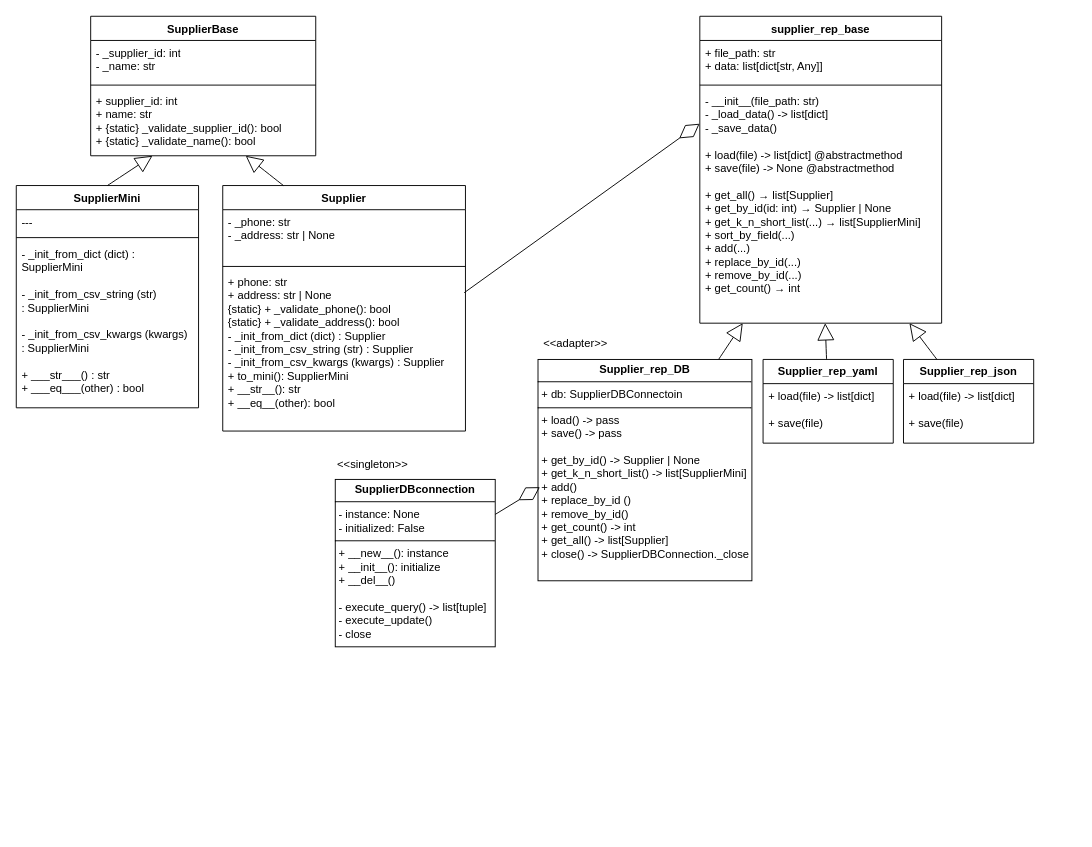
Earlier version of the draw.io diagram utils/Diagrams/diagram_of_classes.drawio (GeorgiiSadunyan/Details_company). Source tidied: cells renumbered, new cells numbered last; positions are measured from the earlier drawing's top-left corner, leaving out a move shared by most shapes. Both pictures are drawn from the tidied source at 93%, with x=0, y=0 at pixel (16, 16).
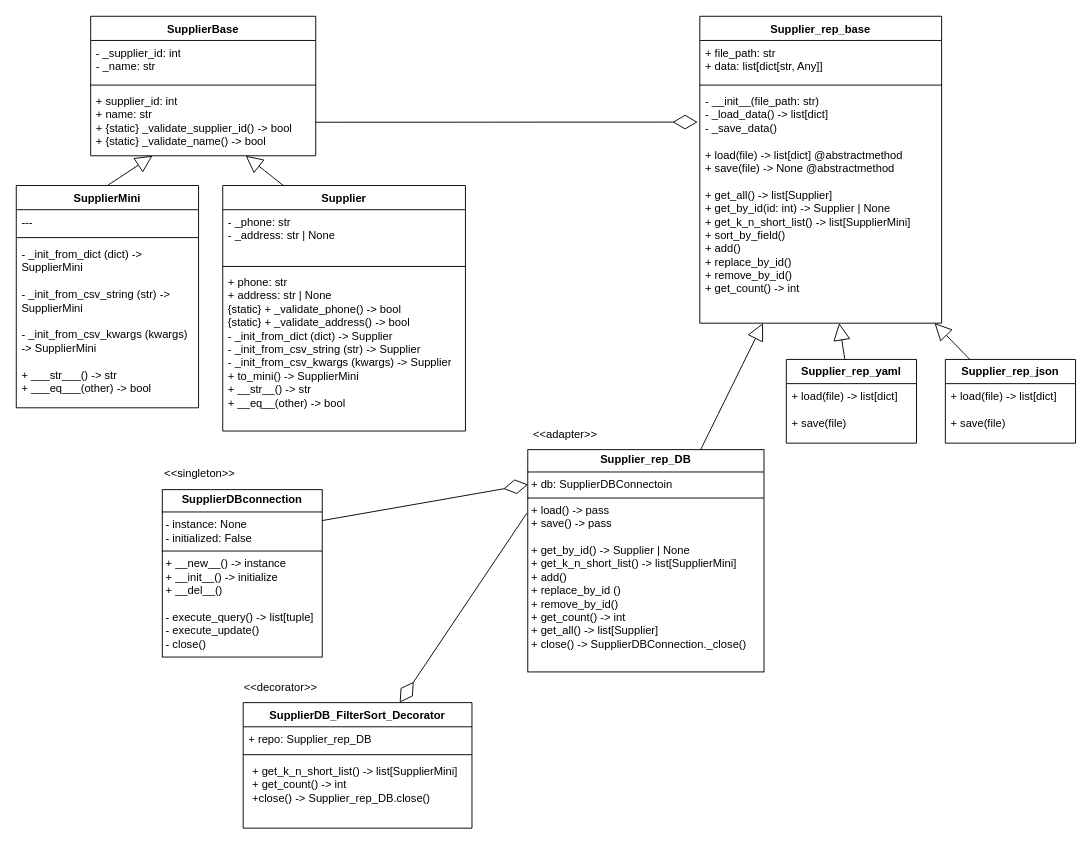
After the change.

Unchanged cells that the change refers to:
```xml
<mxCell id="2" value="SupplierBase" style="swimlane;fontStyle=1;align=center;verticalAlign=top;horizontal=1;startSize=26;whiteSpace=wrap;html=1;" parent="1" vertex="1">
  <mxGeometry x="80" width="242" height="150" as="geometry" />
</mxCell>
<mxCell id="6" value="SupplierMini" style="swimlane;fontStyle=1;align=center;verticalAlign=top;horizontal=1;startSize=26;whiteSpace=wrap;html=1;" parent="1" vertex="1">
  <mxGeometry y="182" width="196" height="239" as="geometry" />
</mxCell>
<mxCell id="10" value="Supplier" style="swimlane;fontStyle=1;align=center;verticalAlign=top;horizontal=1;startSize=26;whiteSpace=wrap;html=1;" parent="1" vertex="1">
  <mxGeometry x="222" y="182" width="261" height="264" as="geometry" />
</mxCell>
```

What changed in the source:
```diff
@@
-    <mxCell id="5" value="&lt;div&gt;+ supplier_id: int&lt;/div&gt;&lt;div&gt;+ name: str&lt;/div&gt;&lt;div&gt;+&amp;nbsp;{static}&amp;nbsp;_validate_supplier_id(): bool&lt;/div&gt;&lt;div&gt;+&amp;nbsp;{static}&amp;nbsp;_validate_name(): bool&lt;/div&gt;" style="text;strokeColor=none;fillColor=none;align=left;verticalAlign=top;spacingLeft=4;spacingRight=4;overflow=hidden;points=[[0,0.5],[1,0.5]];portConstraint=eastwest;whiteSpace=wrap;html=1;" parent="2" vertex="1">
+    <mxCell id="5" value="&lt;div&gt;+ supplier_id: int&lt;/div&gt;&lt;div&gt;+ name: str&lt;/div&gt;&lt;div&gt;+&amp;nbsp;{static}&amp;nbsp;_validate_supplier_id() -&amp;gt; bool&lt;/div&gt;&lt;div&gt;+&amp;nbsp;{static}&amp;nbsp;_validate_name() -&amp;gt; bool&lt;/div&gt;" style="text;strokeColor=none;fillColor=none;align=left;verticalAlign=top;spacingLeft=4;spacingRight=4;overflow=hidden;points=[[0,0.5],[1,0.5]];portConstraint=eastwest;whiteSpace=wrap;html=1;" parent="2" vertex="1">
       <mxGeometry y="78" width="242" height="72" as="geometry" />
     </mxCell>
@@
-    <mxCell id="9" value="&lt;div&gt;- _init_from_dict (dict) : SupplierMini&amp;nbsp;&lt;/div&gt;&lt;div&gt;&lt;br&gt;&lt;/div&gt;&lt;div&gt;- _init_from_csv_string (str) :&amp;nbsp;SupplierMini&amp;nbsp;&lt;/div&gt;&lt;div&gt;&lt;br&gt;&lt;/div&gt;&lt;div&gt;&lt;div&gt;- _init_from_csv_kwargs (kwargs) :&amp;nbsp;SupplierMini&amp;nbsp;&lt;/div&gt;&lt;/div&gt;&lt;div&gt;&lt;br&gt;&lt;/div&gt;&lt;div&gt;+ ___str___() : str&lt;/div&gt;&lt;div&gt;+ ___eq___(other) : bool&lt;/div&gt;" style="text;strokeColor=none;fillColor=none;align=left;verticalAlign=top;spacingLeft=4;spacingRight=4;overflow=hidden;whiteSpace=wrap;html=1;" parent="6" vertex="1">
+    <mxCell id="9" value="&lt;div&gt;- _init_from_dict (dict) -&amp;gt; SupplierMini&amp;nbsp;&lt;/div&gt;&lt;div&gt;&lt;br&gt;&lt;/div&gt;&lt;div&gt;- _init_from_csv_string (str) -&amp;gt; SupplierMini&amp;nbsp;&lt;/div&gt;&lt;div&gt;&lt;br&gt;&lt;/div&gt;&lt;div&gt;&lt;div&gt;- _init_from_csv_kwargs (kwargs) -&amp;gt; SupplierMini&amp;nbsp;&lt;/div&gt;&lt;/div&gt;&lt;div&gt;&lt;br&gt;&lt;/div&gt;&lt;div&gt;+ ___str___() -&amp;gt; str&lt;/div&gt;&lt;div&gt;+ ___eq___(other) -&amp;gt; bool&lt;/div&gt;" style="text;strokeColor=none;fillColor=none;align=left;verticalAlign=top;spacingLeft=4;spacingRight=4;overflow=hidden;whiteSpace=wrap;html=1;" parent="6" vertex="1">
       <mxGeometry y="60" width="196" height="179" as="geometry" />
     </mxCell>
@@
-    <mxCell id="13" value="+ phone: str&lt;br&gt;+ address: str | None&lt;br&gt;{static} + _validate_phone(): bool&lt;br&gt;{static} + _validate_address(): bool&lt;br&gt;&lt;div&gt;- _init_from_dict (dict) : Supplier&lt;/div&gt;&lt;div&gt;- _init_from_csv_string (str) :&amp;nbsp;Supplier&lt;/div&gt;&lt;div&gt;&lt;div&gt;- _init_from_csv_kwargs (kwargs) :&amp;nbsp;Supplier&lt;/div&gt;&lt;/div&gt;+ to_mini(): SupplierMini&lt;br&gt;+ __str__(): str&lt;br&gt;+ __eq__(other): bool" style="text;strokeColor=none;fillColor=none;align=left;verticalAlign=top;spacingLeft=4;spacingRight=4;overflow=hidden;points=[[0,0.5],[1,0.5]];portConstraint=eastwest;whiteSpace=wrap;html=1;" parent="10" vertex="1">
+    <mxCell id="13" value="+ phone: str&lt;br&gt;+ address: str | None&lt;br&gt;{static} + _validate_phone() -&amp;gt; bool&lt;br&gt;{static} + _validate_address() -&amp;gt; bool&lt;br&gt;&lt;div&gt;- _init_from_dict (dict) -&amp;gt; Supplier&lt;/div&gt;&lt;div&gt;- _init_from_csv_string (str) -&amp;gt; Supplier&lt;/div&gt;&lt;div&gt;&lt;div&gt;- _init_from_csv_kwargs (kwargs) -&amp;gt; Supplier&lt;/div&gt;&lt;/div&gt;+ to_mini() -&amp;gt; SupplierMini&lt;br&gt;+ __str__() -&amp;gt; str&lt;br&gt;+ __eq__(other) -&amp;gt; bool" style="text;strokeColor=none;fillColor=none;align=left;verticalAlign=top;spacingLeft=4;spacingRight=4;overflow=hidden;points=[[0,0.5],[1,0.5]];portConstraint=eastwest;whiteSpace=wrap;html=1;" parent="10" vertex="1">
       <mxGeometry y="91" width="261" height="173" as="geometry" />
     </mxCell>
@@
-    <mxCell id="16" value="supplier_rep_base" style="swimlane;fontStyle=1;align=center;verticalAlign=top;horizontal=1;startSize=26;whiteSpace=wrap;html=1;" parent="1" vertex="1">
+    <mxCell id="16" value="Supplier_rep_base" style="swimlane;fontStyle=1;align=center;verticalAlign=top;horizontal=1;startSize=26;whiteSpace=wrap;html=1;" parent="1" vertex="1">
       <mxGeometry x="735" width="260" height="330" as="geometry" />
     </mxCell>
@@
-    <mxCell id="19" value="&lt;div&gt;- __init__(file_path: str)&lt;/div&gt;&lt;div&gt;- _load_data() -&amp;gt; list[dict]&lt;/div&gt;&lt;div&gt;- _save_data()&lt;/div&gt;&lt;div&gt;&lt;br&gt;&lt;/div&gt;&lt;div&gt;+ load(file) -&amp;gt; list[dict] @abstractmethod&lt;/div&gt;&lt;div&gt;+ save(file) -&amp;gt; None @abstractmethod&lt;/div&gt;&lt;div&gt;&lt;br&gt;&lt;/div&gt;&lt;div&gt;+ get_all() → list[Supplier]&lt;/div&gt;&lt;div&gt;+ get_by_id(id: int) → Supplier | None&lt;/div&gt;&lt;div&gt;+ get_k_n_short_list(...) → list[SupplierMini]&lt;/div&gt;&lt;div&gt;+ sort_by_field(...)&amp;nbsp;&lt;/div&gt;&lt;div&gt;+ add(...)&lt;/div&gt;&lt;div&gt;+ replace_by_id(...)&lt;/div&gt;&lt;div&gt;+ remove_by_id(...)&amp;nbsp;&lt;/div&gt;&lt;div&gt;+ get_count() → int&amp;nbsp;&lt;/div&gt;&lt;div&gt;&amp;nbsp;&lt;/div&gt;" style="text;strokeColor=none;fillColor=none;align=left;verticalAlign=top;spacingLeft=4;spacingRight=4;overflow=hidden;points=[[0,0.5],[1,0.5]];portConstraint=eastwest;whiteSpace=wrap;html=1;" parent="16" vertex="1">
+    <mxCell id="19" value="&lt;div&gt;- __init__(file_path: str)&lt;/div&gt;&lt;div&gt;- _load_data() -&amp;gt; list[dict]&lt;/div&gt;&lt;div&gt;- _save_data()&lt;/div&gt;&lt;div&gt;&lt;br&gt;&lt;/div&gt;&lt;div&gt;+ load(file) -&amp;gt; list[dict] @abstractmethod&lt;/div&gt;&lt;div&gt;+ save(file) -&amp;gt; None @abstractmethod&lt;/div&gt;&lt;div&gt;&lt;br&gt;&lt;/div&gt;&lt;div&gt;+ get_all() -&amp;gt; list[Supplier]&lt;/div&gt;&lt;div&gt;+ get_by_id(id: int) -&amp;gt; Supplier | None&lt;/div&gt;&lt;div&gt;+ get_k_n_short_list() -&amp;gt; list[SupplierMini]&lt;/div&gt;&lt;div&gt;+ sort_by_field()&amp;nbsp;&lt;/div&gt;&lt;div&gt;+ add()&lt;/div&gt;&lt;div&gt;+ replace_by_id()&lt;/div&gt;&lt;div&gt;+ remove_by_id()&amp;nbsp;&lt;/div&gt;&lt;div&gt;+ get_count() -&amp;gt; int&amp;nbsp;&lt;/div&gt;&lt;div&gt;&amp;nbsp;&lt;/div&gt;" style="text;strokeColor=none;fillColor=none;align=left;verticalAlign=top;spacingLeft=4;spacingRight=4;overflow=hidden;points=[[0,0.5],[1,0.5]];portConstraint=eastwest;whiteSpace=wrap;html=1;" parent="16" vertex="1">
       <mxGeometry y="78" width="260" height="252" as="geometry" />
     </mxCell>
-    <mxCell id="20" style="endArrow=diamondThin;endFill=0;endSize=24;html=1;rounded=0;exitX=0.995;exitY=0.14;exitDx=0;exitDy=0;entryX=-0.001;entryY=0.149;entryDx=0;entryDy=0;entryPerimeter=0;exitPerimeter=0;" parent="1" edge="1" source="13" target="19">
+    <mxCell id="20" style="endArrow=diamondThin;endFill=0;endSize=24;html=1;rounded=0;entryX=-0.009;entryY=0.142;entryDx=0;entryDy=0;entryPerimeter=0;" parent="1" edge="1" source="5" target="19">
       <mxGeometry relative="1" as="geometry" />
     </mxCell>
     <mxCell id="21" value="&lt;b&gt;Supplier_rep_json&lt;/b&gt;" style="swimlane;fontStyle=0;horizontal=1;startSize=26;fillColor=none;whiteSpace=wrap;html=1;" parent="1" vertex="1">
-      <mxGeometry x="954" y="369" width="140" height="90" as="geometry" />
+      <mxGeometry x="999" y="369" width="140" height="90" as="geometry" />
     </mxCell>
@@
     <mxCell id="23" value="&lt;b&gt;Supplier_rep_yaml&lt;/b&gt;" style="swimlane;fontStyle=0;horizontal=1;startSize=26;fillColor=none;whiteSpace=wrap;html=1;" parent="1" vertex="1">
-      <mxGeometry x="803" y="369" width="140" height="90" as="geometry" />
+      <mxGeometry x="828" y="369" width="140" height="90" as="geometry" />
     </mxCell>
@@
-    <mxCell id="28" value="&lt;p style=&quot;margin:0px;margin-top:4px;text-align:center;&quot;&gt;&lt;b&gt;Supplier_rep_DB&lt;/b&gt;&lt;/p&gt;&lt;hr size=&quot;1&quot; style=&quot;border-style:solid;&quot;&gt;&lt;p style=&quot;margin:0px;margin-left:4px;&quot;&gt;+ db: SupplierDBConnectoin&lt;/p&gt;&lt;hr size=&quot;1&quot; style=&quot;border-style:solid;&quot;&gt;&lt;p style=&quot;margin:0px;margin-left:4px;&quot;&gt;+ load() -&amp;gt; pass&lt;/p&gt;&lt;p style=&quot;margin:0px;margin-left:4px;&quot;&gt;+ save() -&amp;gt; pass&lt;/p&gt;&lt;p style=&quot;margin:0px;margin-left:4px;&quot;&gt;&lt;br&gt;&lt;/p&gt;&lt;p style=&quot;margin:0px;margin-left:4px;&quot;&gt;+ get_by_id() -&amp;gt; Supplier | None&lt;/p&gt;&lt;p style=&quot;margin:0px;margin-left:4px;&quot;&gt;+ get_k_n_short_list() -&amp;gt; list[SupplierMini]&lt;/p&gt;&lt;p style=&quot;margin:0px;margin-left:4px;&quot;&gt;+ add()&lt;/p&gt;&lt;p style=&quot;margin:0px;margin-left:4px;&quot;&gt;+ replace_by_id ()&lt;/p&gt;&lt;p style=&quot;margin:0px;margin-left:4px;&quot;&gt;+ remove_by_id()&lt;/p&gt;&lt;p style=&quot;margin:0px;margin-left:4px;&quot;&gt;+ get_count() -&amp;gt; int&lt;/p&gt;&lt;p style=&quot;margin:0px;margin-left:4px;&quot;&gt;+ get_all() -&amp;gt; list[Supplier]&lt;/p&gt;&lt;p style=&quot;margin:0px;margin-left:4px;&quot;&gt;+ close() -&amp;gt; SupplierDBConnection._close&lt;/p&gt;&lt;p style=&quot;margin:0px;margin-left:4px;&quot;&gt;&lt;br&gt;&lt;/p&gt;" style="verticalAlign=top;align=left;overflow=fill;html=1;whiteSpace=wrap;" parent="1" vertex="1">
-      <mxGeometry x="561" y="369" width="230" height="238" as="geometry" />
+    <mxCell id="28" value="&lt;p style=&quot;margin:0px;margin-top:4px;text-align:center;&quot;&gt;&lt;b&gt;Supplier_rep_DB&lt;/b&gt;&lt;/p&gt;&lt;hr size=&quot;1&quot; style=&quot;border-style:solid;&quot;&gt;&lt;p style=&quot;margin:0px;margin-left:4px;&quot;&gt;+ db: SupplierDBConnectoin&lt;/p&gt;&lt;hr size=&quot;1&quot; style=&quot;border-style:solid;&quot;&gt;&lt;p style=&quot;margin:0px;margin-left:4px;&quot;&gt;+ load() -&amp;gt; pass&lt;/p&gt;&lt;p style=&quot;margin:0px;margin-left:4px;&quot;&gt;+ save() -&amp;gt; pass&lt;/p&gt;&lt;p style=&quot;margin:0px;margin-left:4px;&quot;&gt;&lt;br&gt;&lt;/p&gt;&lt;p style=&quot;margin:0px;margin-left:4px;&quot;&gt;+ get_by_id() -&amp;gt; Supplier | None&lt;/p&gt;&lt;p style=&quot;margin:0px;margin-left:4px;&quot;&gt;+ get_k_n_short_list() -&amp;gt; list[SupplierMini]&lt;/p&gt;&lt;p style=&quot;margin:0px;margin-left:4px;&quot;&gt;+ add()&lt;/p&gt;&lt;p style=&quot;margin:0px;margin-left:4px;&quot;&gt;+ replace_by_id ()&lt;/p&gt;&lt;p style=&quot;margin:0px;margin-left:4px;&quot;&gt;+ remove_by_id()&lt;/p&gt;&lt;p style=&quot;margin:0px;margin-left:4px;&quot;&gt;+ get_count() -&amp;gt; int&lt;/p&gt;&lt;p style=&quot;margin:0px;margin-left:4px;&quot;&gt;+ get_all() -&amp;gt; list[Supplier]&lt;/p&gt;&lt;p style=&quot;margin:0px;margin-left:4px;&quot;&gt;+ close() -&amp;gt; SupplierDBConnection._close()&lt;/p&gt;&lt;p style=&quot;margin:0px;margin-left:4px;&quot;&gt;&lt;br&gt;&lt;/p&gt;" style="verticalAlign=top;align=left;overflow=fill;html=1;whiteSpace=wrap;" parent="1" vertex="1">
+      <mxGeometry x="550" y="466" width="254" height="239" as="geometry" />
     </mxCell>
-    <mxCell id="29" value="&lt;p style=&quot;margin:0px;margin-top:4px;text-align:center;&quot;&gt;&lt;b&gt;SupplierDBconnection&lt;/b&gt;&lt;/p&gt;&lt;hr size=&quot;1&quot; style=&quot;border-style:solid;&quot;&gt;&lt;p style=&quot;margin:0px;margin-left:4px;&quot;&gt;- instance: None&lt;/p&gt;&lt;p style=&quot;margin:0px;margin-left:4px;&quot;&gt;- initialized: False&lt;/p&gt;&lt;hr size=&quot;1&quot; style=&quot;border-style:solid;&quot;&gt;&lt;p style=&quot;margin:0px;margin-left:4px;&quot;&gt;+ __new__(): instance&lt;/p&gt;&lt;p style=&quot;margin:0px;margin-left:4px;&quot;&gt;+ __init__(): initialize&lt;/p&gt;&lt;p style=&quot;margin:0px;margin-left:4px;&quot;&gt;+ __del__()&lt;/p&gt;&lt;p style=&quot;margin:0px;margin-left:4px;&quot;&gt;&lt;br&gt;&lt;/p&gt;&lt;p style=&quot;margin:0px;margin-left:4px;&quot;&gt;- execute_query() -&amp;gt; list[tuple]&lt;/p&gt;&lt;p style=&quot;margin:0px;margin-left:4px;&quot;&gt;- execute_update()&lt;/p&gt;&lt;p style=&quot;margin:0px;margin-left:4px;&quot;&gt;- close&lt;/p&gt;&lt;p style=&quot;margin:0px;margin-left:4px;&quot;&gt;&lt;br&gt;&lt;/p&gt;" style="verticalAlign=top;align=left;overflow=fill;html=1;whiteSpace=wrap;" parent="1" vertex="1">
-      <mxGeometry x="343" y="498" width="172" height="180" as="geometry" />
+    <mxCell id="29" value="&lt;p style=&quot;margin:0px;margin-top:4px;text-align:center;&quot;&gt;&lt;b&gt;SupplierDBconnection&lt;/b&gt;&lt;/p&gt;&lt;hr size=&quot;1&quot; style=&quot;border-style:solid;&quot;&gt;&lt;p style=&quot;margin:0px;margin-left:4px;&quot;&gt;- instance: None&lt;/p&gt;&lt;p style=&quot;margin:0px;margin-left:4px;&quot;&gt;- initialized: False&lt;/p&gt;&lt;hr size=&quot;1&quot; style=&quot;border-style:solid;&quot;&gt;&lt;p style=&quot;margin:0px;margin-left:4px;&quot;&gt;+ __new__() -&amp;gt; instance&lt;/p&gt;&lt;p style=&quot;margin:0px;margin-left:4px;&quot;&gt;+ __init__() -&amp;gt; initialize&lt;/p&gt;&lt;p style=&quot;margin:0px;margin-left:4px;&quot;&gt;+ __del__()&lt;/p&gt;&lt;p style=&quot;margin:0px;margin-left:4px;&quot;&gt;&lt;br&gt;&lt;/p&gt;&lt;p style=&quot;margin:0px;margin-left:4px;&quot;&gt;- execute_query() -&amp;gt; list[tuple]&lt;/p&gt;&lt;p style=&quot;margin:0px;margin-left:4px;&quot;&gt;- execute_update()&lt;/p&gt;&lt;p style=&quot;margin:0px;margin-left:4px;&quot;&gt;- close()&lt;/p&gt;" style="verticalAlign=top;align=left;overflow=fill;html=1;whiteSpace=wrap;" parent="1" vertex="1">
+      <mxGeometry x="157" y="509" width="172" height="180" as="geometry" />
     </mxCell>
-    <mxCell id="30" style="endArrow=diamondThin;endFill=0;endSize=24;html=1;rounded=0;entryX=0.009;entryY=0.577;entryDx=0;entryDy=0;entryPerimeter=0;" parent="1" edge="1" source="29" target="28">
+    <mxCell id="30" style="endArrow=diamondThin;endFill=0;endSize=24;html=1;rounded=0;entryX=0.001;entryY=0.157;entryDx=0;entryDy=0;entryPerimeter=0;exitX=0.998;exitY=0.185;exitDx=0;exitDy=0;exitPerimeter=0;" parent="1" edge="1" source="29" target="28">
       <mxGeometry relative="1" as="geometry" />
     </mxCell>
     <mxCell id="31" value="&lt;span style=&quot;font-weight: normal;&quot;&gt;&amp;lt;&amp;lt;singleton&amp;gt;&amp;gt;&lt;/span&gt;" style="text;align=center;fontStyle=1;verticalAlign=middle;spacingLeft=3;spacingRight=3;strokeColor=none;html=1;" parent="1" vertex="1">
-      <mxGeometry x="343" y="469" width="80" height="26" as="geometry" />
+      <mxGeometry x="157" y="479" width="80" height="26" as="geometry" />
     </mxCell>
     <mxCell id="32" value="&lt;span style=&quot;font-weight: normal;&quot;&gt;&amp;lt;&amp;lt;adapter&amp;gt;&amp;gt;&lt;/span&gt;" style="text;align=center;fontStyle=1;verticalAlign=middle;spacingLeft=3;spacingRight=3;strokeColor=none;html=1;" parent="1" vertex="1">
-      <mxGeometry x="561" y="339" width="80" height="26" as="geometry" />
+      <mxGeometry x="550" y="437" width="80" height="26" as="geometry" />
     </mxCell>
+    <mxCell id="33" value="SupplierDB_FilterSort_Decorator" style="swimlane;fontStyle=1;align=center;verticalAlign=top;horizontal=1;startSize=26;whiteSpace=wrap;html=1;" parent="1" vertex="1">
+      <mxGeometry x="244" y="738" width="246" height="135" as="geometry" />
+    </mxCell>
+    <mxCell id="34" value="+ repo: Supplier_rep_DB" style="text;strokeColor=none;fillColor=none;align=left;verticalAlign=top;spacingLeft=4;spacingRight=4;overflow=hidden;whiteSpace=wrap;html=1;" parent="33" vertex="1">
+      <mxGeometry y="26" width="246" height="26" as="geometry" />
+    </mxCell>
+    <mxCell id="35" style="line;strokeWidth=1;fillColor=none;align=left;verticalAlign=middle;spacingTop=-1;spacingLeft=3;spacingRight=3;labelPosition=right;strokeColor=inherit;" parent="33" vertex="1">
+      <mxGeometry y="52" width="246" height="8" as="geometry" />
+    </mxCell>
+    <mxCell id="36" value="&lt;p style=&quot;margin: 0px 0px 0px 4px;&quot;&gt;+ get_k_n_short_list() -&amp;gt; list[SupplierMini]&lt;/p&gt;&lt;p style=&quot;margin: 0px 0px 0px 4px;&quot;&gt;+ get_count() -&amp;gt; int&lt;/p&gt;&lt;p style=&quot;margin: 0px 0px 0px 4px;&quot;&gt;+close() -&amp;gt; Supplier_rep_DB.close()&lt;/p&gt;" style="text;strokeColor=none;fillColor=none;align=left;verticalAlign=top;spacingLeft=4;spacingRight=4;overflow=hidden;whiteSpace=wrap;html=1;" parent="33" vertex="1">
+      <mxGeometry y="60" width="246" height="75" as="geometry" />
+    </mxCell>
+    <mxCell id="37" style="endArrow=diamondThin;endFill=0;endSize=24;html=1;rounded=0;exitX=-0.004;exitY=0.286;exitDx=0;exitDy=0;exitPerimeter=0;" parent="1" edge="1" source="28" target="33">
+      <mxGeometry relative="1" as="geometry" />
+    </mxCell>
+    <mxCell id="38" value="&lt;span style=&quot;font-weight: normal;&quot;&gt;&amp;lt;&amp;lt;decorator&amp;gt;&amp;gt;&lt;/span&gt;" style="text;align=center;fontStyle=1;verticalAlign=middle;spacingLeft=3;spacingRight=3;strokeColor=none;html=1;" parent="1" vertex="1">
+      <mxGeometry x="244" y="709" width="80" height="26" as="geometry" />
+    </mxCell>
```
